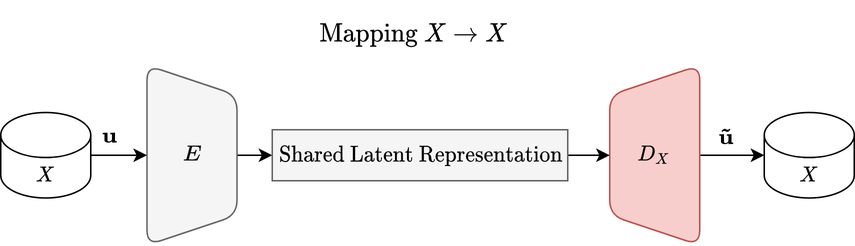
This is report/assets/train.png from HareshNasit/CSC413-Project, a draw.io export, as it was before one commit. Source tidied: cells renumbered, new cells last; positions are measured from the earlier drawing's top-left corner, leaving out a move shared by most shapes.
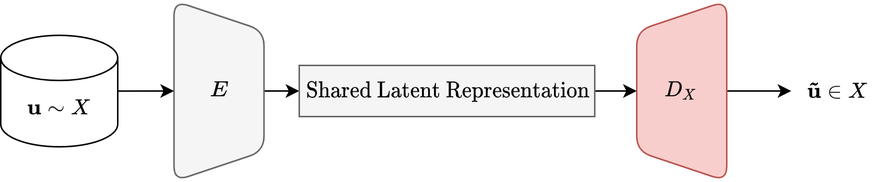
Above is the later version.

Diff of the diagram source:
```diff
@@ -5,8 +5,10 @@
     <mxCell id="2" style="endArrow=classic;html=1;rounded=0;fontSize=14;entryX=0;entryY=0.5;entryDx=0;entryDy=0;exitX=1;exitY=0.5;exitDx=0;exitDy=0;" parent="1" edge="1" source="6" target="12">
       <mxGeometry relative="1" as="geometry" />
     </mxCell>
-    <mxCell id="3" style="endArrow=classic;html=1;rounded=0;fontSize=14;exitX=1;exitY=0.5;exitDx=0;exitDy=0;entryX=0;entryY=0.5;entryDx=0;entryDy=0;entryPerimeter=0;" parent="1" edge="1" source="9" target="14">
-      <mxGeometry relative="1" as="geometry" />
+    <mxCell id="3" style="endArrow=classic;html=1;rounded=0;fontSize=14;exitX=1;exitY=0.5;exitDx=0;exitDy=0;entryX=0;entryY=0.5;entryDx=0;entryDy=0;entryPerimeter=0;" parent="1" edge="1" source="9">
+      <mxGeometry relative="1" as="geometry">
+        <mxPoint x="509" y="89" as="targetPoint" />
+      </mxGeometry>
     </mxCell>
     <mxCell id="4" style="group;" parent="1" vertex="1">
       <mxGeometry x="97.5" y="29" width="60" height="120" as="geometry" />
@@ -29,7 +31,7 @@
     <mxCell id="10" style="endArrow=classic;html=1;rounded=0;fontSize=14;exitX=1;exitY=0.5;exitDx=0;exitDy=0;entryX=0;entryY=0.5;entryDx=0;entryDy=0;" parent="1" edge="1" source="12" target="9">
       <mxGeometry relative="1" as="geometry" />
     </mxCell>
-    <mxCell id="11" style="endArrow=classic;html=1;rounded=0;fontSize=14;exitX=1;exitY=0.5;exitDx=0;exitDy=0;entryX=0;entryY=0.5;entryDx=0;entryDy=0;exitPerimeter=0;" parent="1" edge="1" source="16" target="6">
+    <mxCell id="11" style="endArrow=classic;html=1;rounded=0;fontSize=14;exitX=1;exitY=0.5;exitDx=0;exitDy=0;entryX=0;entryY=0.5;entryDx=0;entryDy=0;exitPerimeter=0;" parent="1" edge="1" source="15" target="6">
       <mxGeometry relative="1" as="geometry" />
     </mxCell>
     <mxCell id="12" style="rounded=0;whiteSpace=wrap;html=1;fillColor=#f5f5f5;strokeColor=#666666;fontColor=#333333;" parent="1" vertex="1">
@@ -38,26 +40,14 @@
     <mxCell id="13" value="$$\text{Shared Latent Representation}$$" style="text;html=1;strokeColor=none;fillColor=none;align=center;verticalAlign=middle;whiteSpace=wrap;rounded=0;" parent="12" vertex="1">
       <mxGeometry x="4.3" y="8.5" width="190.7" height="17" as="geometry" />
     </mxCell>
-    <mxCell id="14" style="shape=cylinder3;whiteSpace=wrap;html=1;boundedLbl=1;backgroundOutline=1;size=15;rounded=1;fontSize=14;" parent="1" vertex="1">
-      <mxGeometry x="509" y="60.5" width="60" height="57" as="geometry" />
+    <mxCell id="14" value="&lt;span style=&quot;color: rgb(0 , 0 , 0) ; font-family: &amp;#34;helvetica&amp;#34; ; font-size: 12px ; font-style: normal ; font-weight: 400 ; letter-spacing: normal ; text-align: center ; text-indent: 0px ; text-transform: none ; word-spacing: 0px ; background-color: rgb(248 , 249 , 250) ; display: inline ; float: none&quot;&gt;$$\mathbf{\tilde{u}} \in X$$&lt;/span&gt;" style="text;html=1;strokeColor=none;fillColor=none;align=center;verticalAlign=middle;whiteSpace=wrap;rounded=0;" parent="1" vertex="1">
+      <mxGeometry x="517" y="74" width="46" height="30" as="geometry" />
     </mxCell>
-    <mxCell id="15" value="&lt;span style=&quot;font-family: &amp;#34;helvetica&amp;#34;&quot;&gt;$$X$$&lt;/span&gt;" style="text;html=1;strokeColor=none;fillColor=none;align=center;verticalAlign=middle;whiteSpace=wrap;rounded=0;" parent="1" vertex="1">
-      <mxGeometry x="516" y="87.5" width="46" height="30" as="geometry" />
+    <mxCell id="15" style="shape=cylinder3;whiteSpace=wrap;html=1;boundedLbl=1;backgroundOutline=1;size=15;rounded=1;fontSize=14;" parent="1" vertex="1">
+      <mxGeometry x="-18" y="52" width="78" height="74.1" as="geometry" />
     </mxCell>
-    <mxCell id="16" style="shape=cylinder3;whiteSpace=wrap;html=1;boundedLbl=1;backgroundOutline=1;size=15;rounded=1;fontSize=14;" parent="1" vertex="1">
-      <mxGeometry y="60.5" width="60" height="57" as="geometry" />
+    <mxCell id="16" value="&lt;span style=&quot;font-family: &amp;#34;helvetica&amp;#34;&quot;&gt;$$\mathbf{u} \sim X$$&lt;/span&gt;" style="text;html=1;strokeColor=none;fillColor=none;align=center;verticalAlign=middle;whiteSpace=wrap;rounded=0;" parent="1" vertex="1">
+      <mxGeometry x="-2" y="86" width="46" height="30" as="geometry" />
     </mxCell>
-    <mxCell id="17" value="&lt;span style=&quot;font-family: &amp;#34;helvetica&amp;#34;&quot;&gt;$$X$$&lt;/span&gt;" style="text;html=1;strokeColor=none;fillColor=none;align=center;verticalAlign=middle;whiteSpace=wrap;rounded=0;" parent="1" vertex="1">
-      <mxGeometry x="7" y="87.5" width="46" height="30" as="geometry" />
-    </mxCell>
-    <mxCell id="18" value="$$\text{Mapping } X \rightarrow X$$" style="text;html=1;strokeColor=none;fillColor=none;align=center;verticalAlign=middle;whiteSpace=wrap;rounded=0;fontSize=14;" parent="1" vertex="1">
-      <mxGeometry x="180" width="190.7" height="17" as="geometry" />
-    </mxCell>
-    <mxCell id="19" value="&lt;meta charset=&quot;utf-8&quot;&gt;&lt;span style=&quot;color: rgb(0, 0, 0); font-family: helvetica; font-size: 12px; font-style: normal; font-weight: 400; letter-spacing: normal; text-align: center; text-indent: 0px; text-transform: none; word-spacing: 0px; background-color: rgb(248, 249, 250); display: inline; float: none;&quot;&gt;$$\mathbf{u}$$&lt;/span&gt;" style="text;html=1;strokeColor=none;fillColor=none;align=center;verticalAlign=middle;whiteSpace=wrap;rounded=0;" parent="1" vertex="1">
-      <mxGeometry x="50.2" y="62" width="46" height="30" as="geometry" />
-    </mxCell>
-    <mxCell id="20" value="&lt;span style=&quot;color: rgb(0 , 0 , 0) ; font-family: &amp;#34;helvetica&amp;#34; ; font-size: 12px ; font-style: normal ; font-weight: 400 ; letter-spacing: normal ; text-align: center ; text-indent: 0px ; text-transform: none ; word-spacing: 0px ; background-color: rgb(248 , 249 , 250) ; display: inline ; float: none&quot;&gt;$$\mathbf{\tilde{u}}$$&lt;/span&gt;" style="text;html=1;strokeColor=none;fillColor=none;align=center;verticalAlign=middle;whiteSpace=wrap;rounded=0;" parent="1" vertex="1">
-      <mxGeometry x="460.8" y="62" width="46" height="30" as="geometry" />
-    </mxCell>
   </root>
 </mxGraphModel>
```
